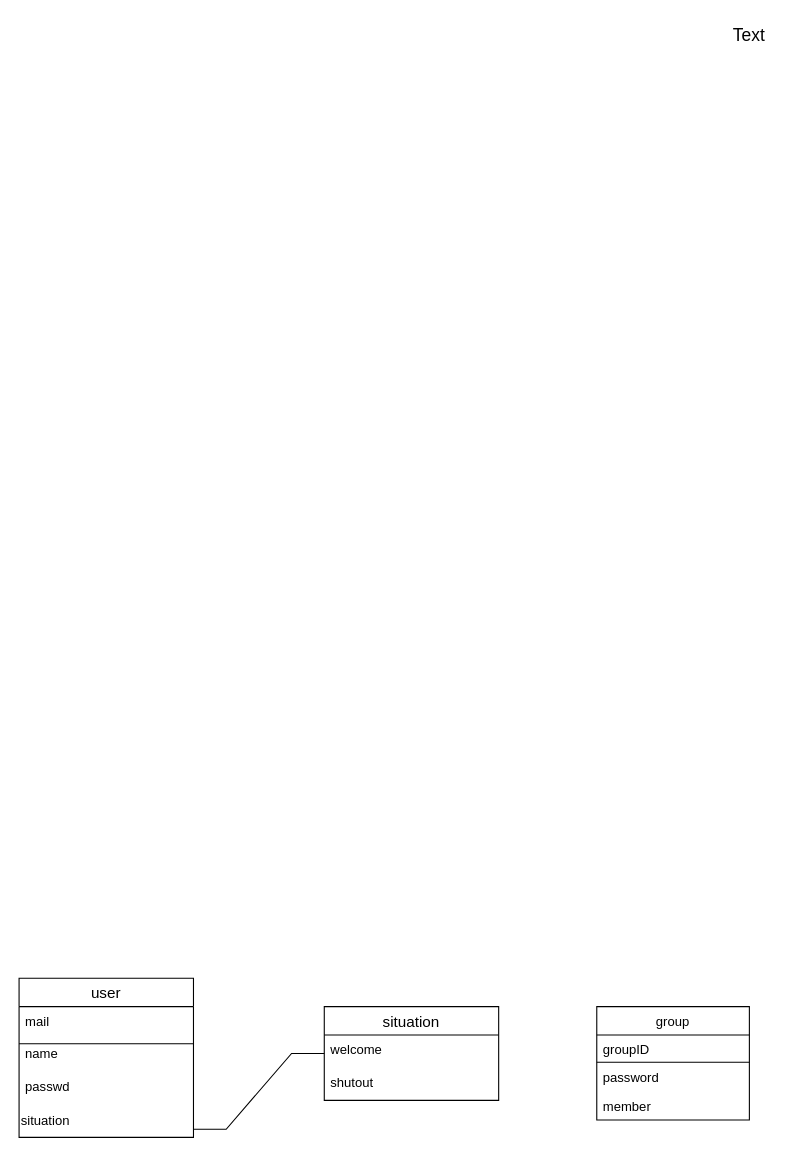
Earlier version of the draw.io diagram page "データベース" (1 of 3) of 画面設計.drawio (ringohoka/AnnounceSituation). Source tidied: cells renumbered, new cells numbered last; positions are measured from the earlier drawing's top-left corner, leaving out a move shared by most shapes. Both pictures are drawn from the tidied source at 109%, with x=0, y=0 at pixel (19, 19).
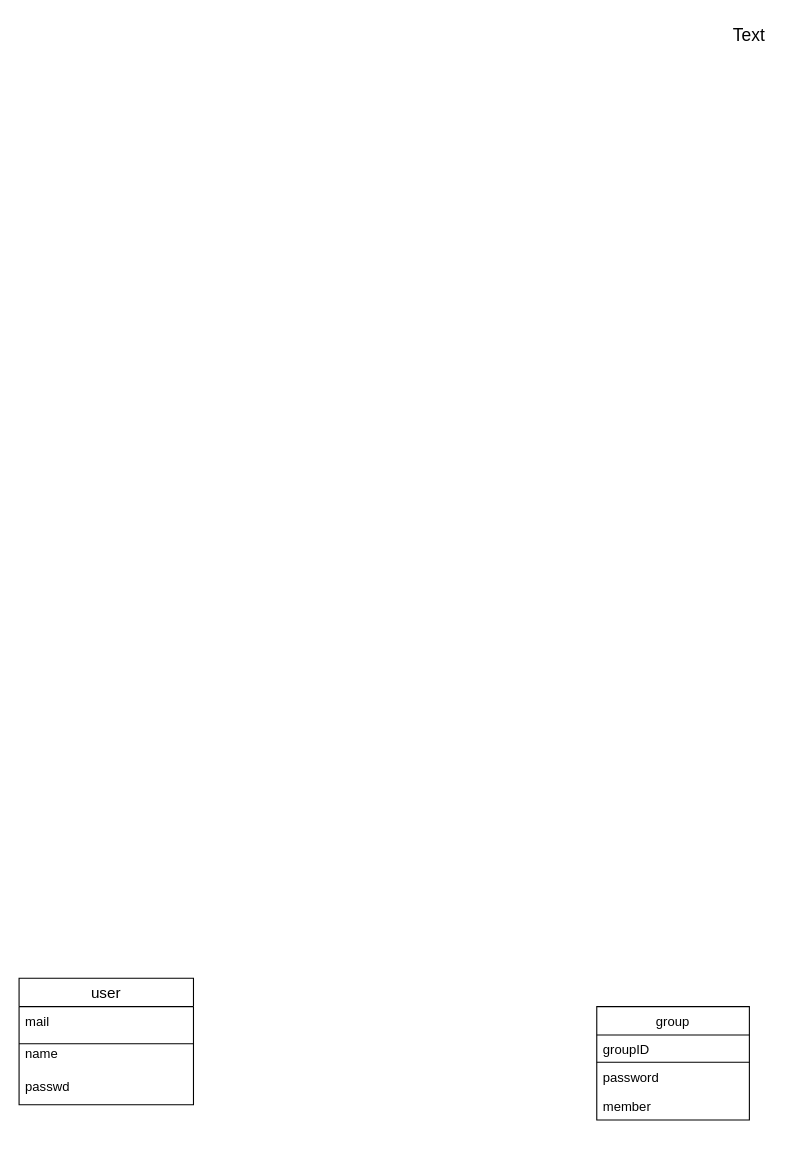
Above is the later version.

Diff of the diagram source:
```diff
@@
     <mxCell id="2" value="user" style="swimlane;fontStyle=0;horizontal=1;startSize=26;align=center;fontSize=14;" parent="1" vertex="1">
-      <mxGeometry y="880" width="160" height="146" as="geometry" />
+      <mxGeometry y="880" width="160" height="116" as="geometry" />
     </mxCell>
@@
-    <mxCell id="7" value="situation" style="text;html=1;strokeColor=none;fillColor=none;align=left;verticalAlign=middle;whiteSpace=wrap;rounded=0;" parent="2" vertex="1">
-      <mxGeometry y="116" width="160" height="30" as="geometry" />
-    </mxCell>
-    <mxCell id="8" value="situation" style="swimlane;fontStyle=0;horizontal=1;startSize=26;align=center;fontSize=14;" parent="1" vertex="1">
-      <mxGeometry x="280" y="906" width="160" height="86" as="geometry" />
-    </mxCell>
-    <mxCell id="9" value="welcome" style="text;strokeColor=none;fillColor=none;spacingLeft=4;spacingRight=4;overflow=hidden;fontSize=12;" parent="8" vertex="1">
-      <mxGeometry y="26" width="160" height="30" as="geometry" />
-    </mxCell>
-    <mxCell id="10" value="shutout" style="text;strokeColor=none;fillColor=none;spacingLeft=4;spacingRight=4;overflow=hidden;fontSize=12;" parent="8" vertex="1">
-      <mxGeometry y="56" width="160" height="30" as="geometry" />
-    </mxCell>
-    <mxCell id="11" style="edgeStyle=entityRelationEdgeStyle;fontSize=12;html=1;endArrow=none;rounded=0;exitX=1;exitY=0.75;exitDx=0;exitDy=0;endFill=0;" parent="1" edge="1" source="7" target="8">
-      <mxGeometry relative="1" as="geometry" />
-    </mxCell>
```
